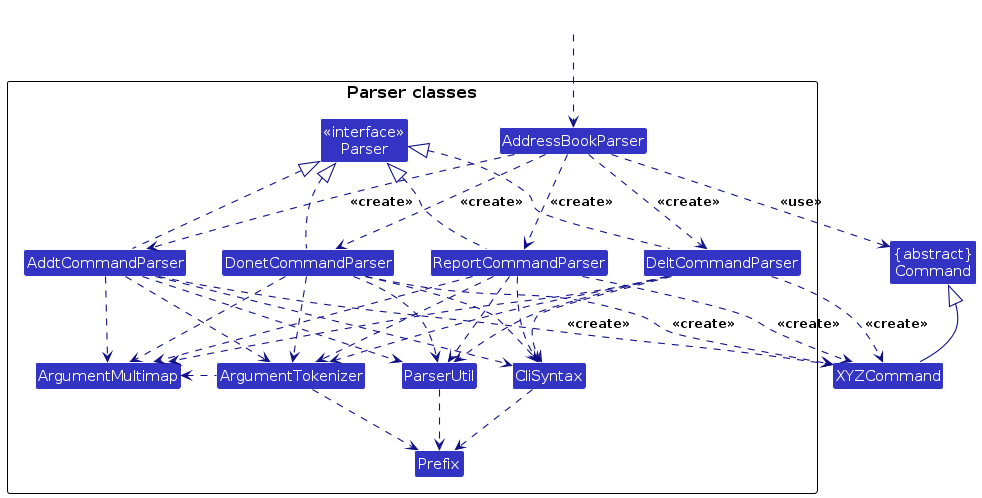
AY2526S2-CS2103-F13-3/tp keeps this PlantUML diagram as diagrams/ParserClasses.png. Above is the earlier version. Its source is kept beside it as diagrams/ParserClasses.puml.
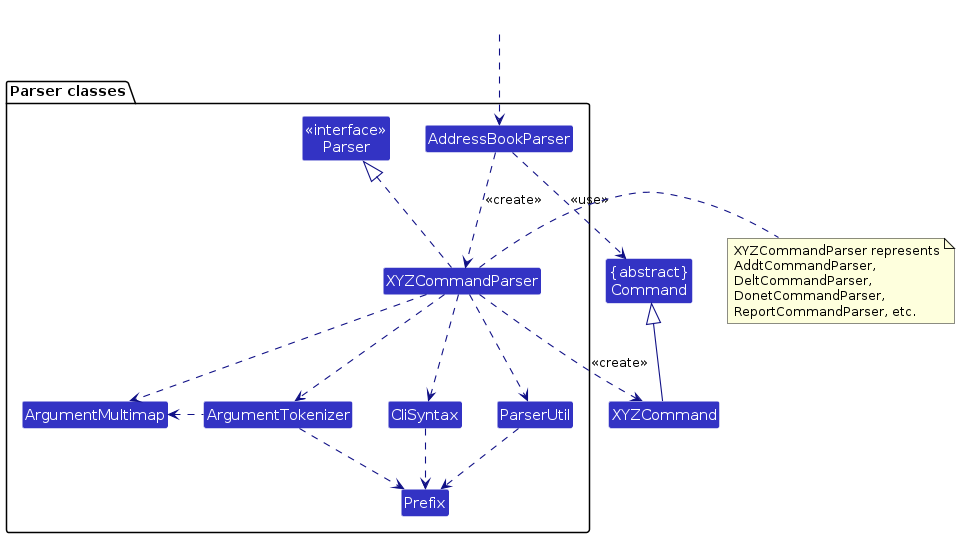
Later version of the same file.

The edit, as a diff of the source:
```diff
@@ -1,71 +1,84 @@
 @startuml
-!include style.puml
 skinparam arrowThickness 1.1
-skinparam arrowColor LOGIC_COLOR_T4
-skinparam classBackgroundColor LOGIC_COLOR
+skinparam arrowColor #101086
+skinparam classBackgroundColor #3333C4
+
+!define UI_COLOR #1D8900
+!define UI_COLOR_T1 #83E769
+!define UI_COLOR_T2 #3FC71B
+!define UI_COLOR_T3 #166800
+!define UI_COLOR_T4 #0E4100
+
+!define LOGIC_COLOR #3333C4
+!define LOGIC_COLOR_T1 #C8C8FA
+!define LOGIC_COLOR_T2 #6A6ADC
+!define LOGIC_COLOR_T3 #1616B0
+!define LOGIC_COLOR_T4 #101086
+
+!define MODEL_COLOR #9D0012
+!define MODEL_COLOR_T1 #F97181
+!define MODEL_COLOR_T2 #E41F36
+!define MODEL_COLOR_T3 #7B000E
+!define MODEL_COLOR_T4 #51000A
+
+!define STORAGE_COLOR #A38300
+!define STORAGE_COLOR_T1 #FFE374
+!define STORAGE_COLOR_T2 #EDC520
+!define STORAGE_COLOR_T3 #806600
+!define STORAGE_COLOR_T4 #544400
+
+skinparam Class {
+    FontColor #FFFFFF
+    FontSize 15
+    BorderColor #FFFFFF
+}
+
+skinparam Participant {
+    FontColor #FFFFFF
+    Padding 20
+}
+
+hide footbox
+hide members
+hide circle
 
 Class "{abstract}\nCommand" as Command
 Class XYZCommand
 
-package "Parser classes"{
-Class "<<interface>>\nParser" as Parser
-Class AddressBookParser
-Class AddtCommandParser
-Class DeltCommandParser
-Class DonetCommandParser
-Class ReportCommandParser
-Class CliSyntax
-Class ParserUtil
-Class ArgumentMultimap
-Class ArgumentTokenizer
-Class Prefix
+package "Parser classes" {
+    Class "<<interface>>\nParser" as Parser
+    Class AddressBookParser
+    Class XYZCommandParser
+    Class CliSyntax
+    Class ParserUtil
+    Class ArgumentMultimap
+    Class ArgumentTokenizer
+    Class Prefix
 }
 
 Class HiddenOutside #FFFFFF
 HiddenOutside ..> AddressBookParser
 
-AddressBookParser .down.> AddtCommandParser: <<create>>
-AddressBookParser .down.> DeltCommandParser: <<create>>
-AddressBookParser .down.> DonetCommandParser: <<create>>
-AddressBookParser .down.> ReportCommandParser: <<create>>
-
-AddtCommandParser ..> XYZCommand : <<create>>
-DeltCommandParser ..> XYZCommand : <<create>>
-DonetCommandParser ..> XYZCommand : <<create>>
-ReportCommandParser ..> XYZCommand : <<create>>
-
+AddressBookParser .down.> XYZCommandParser : <<create>>
+XYZCommandParser ..> XYZCommand : <<create>>
 AddressBookParser ..> Command : <<use>>
 
-AddtCommandParser .up.|> Parser
-DeltCommandParser .up.|> Parser
-DonetCommandParser .up.|> Parser
-ReportCommandParser .up.|> Parser
-
-AddtCommandParser ..> ArgumentMultimap
-DeltCommandParser ..> ArgumentMultimap
-DonetCommandParser ..> ArgumentMultimap
-ReportCommandParser ..> ArgumentMultimap
-
-AddtCommandParser ..> ArgumentTokenizer
-DeltCommandParser ..> ArgumentTokenizer
-DonetCommandParser ..> ArgumentTokenizer
-ReportCommandParser ..> ArgumentTokenizer
-
+XYZCommandParser .up.|> Parser
+XYZCommandParser ..> ArgumentMultimap
+XYZCommandParser ..> ArgumentTokenizer
 ArgumentTokenizer .left.> ArgumentMultimap
-
-AddtCommandParser ..> CliSyntax
-DeltCommandParser ..> CliSyntax
-DonetCommandParser ..> CliSyntax
-ReportCommandParser ..> CliSyntax
-
+XYZCommandParser ..> CliSyntax
 CliSyntax ..> Prefix
-
-AddtCommandParser ..> ParserUtil
-DeltCommandParser ..> ParserUtil
-DonetCommandParser ..> ParserUtil
-ReportCommandParser ..> ParserUtil
-
+XYZCommandParser ..> ParserUtil
 ParserUtil .down.> Prefix
 ArgumentTokenizer .down.> Prefix
 XYZCommand -up-|> Command
+
+note right of XYZCommandParser
+  XYZCommandParser represents
+  AddtCommandParser,
+  DeltCommandParser,
+  DonetCommandParser,
+  ReportCommandParser, etc.
+end note
 @enduml
```
